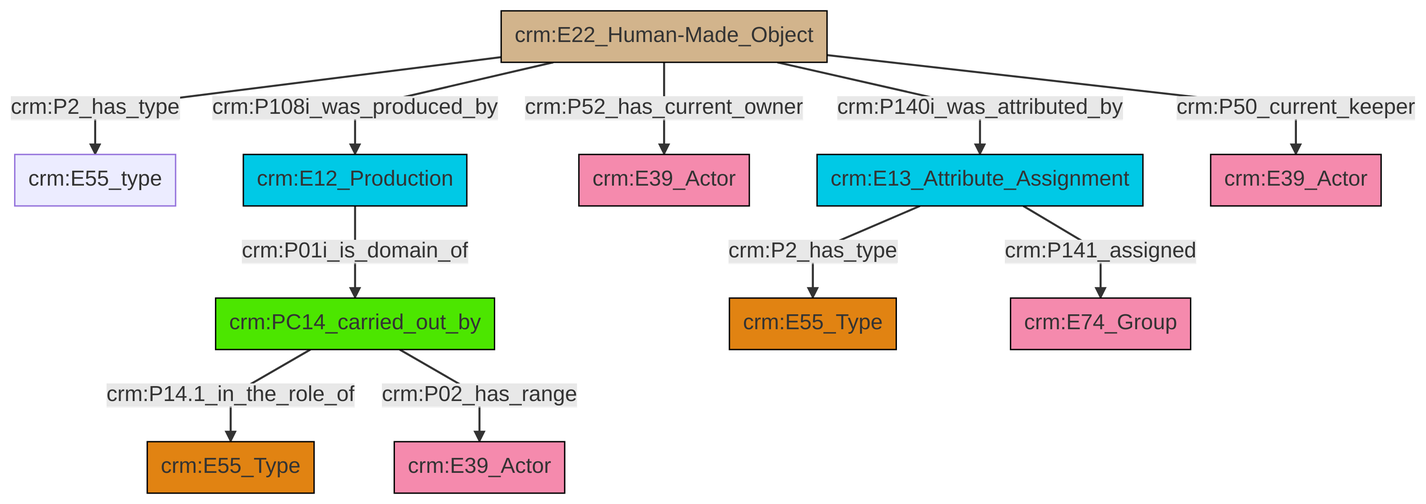
Above: et/artworkCSV/ttl/mmd/png/Artwork_Actor_Relations.png in swiss-art-research-net/reference-data-models (Mermaid), before the change. Its source is kept beside it as et/artworkCSV/ttl/mmd/Artwork_Actor_Relations.ttl.mmd.
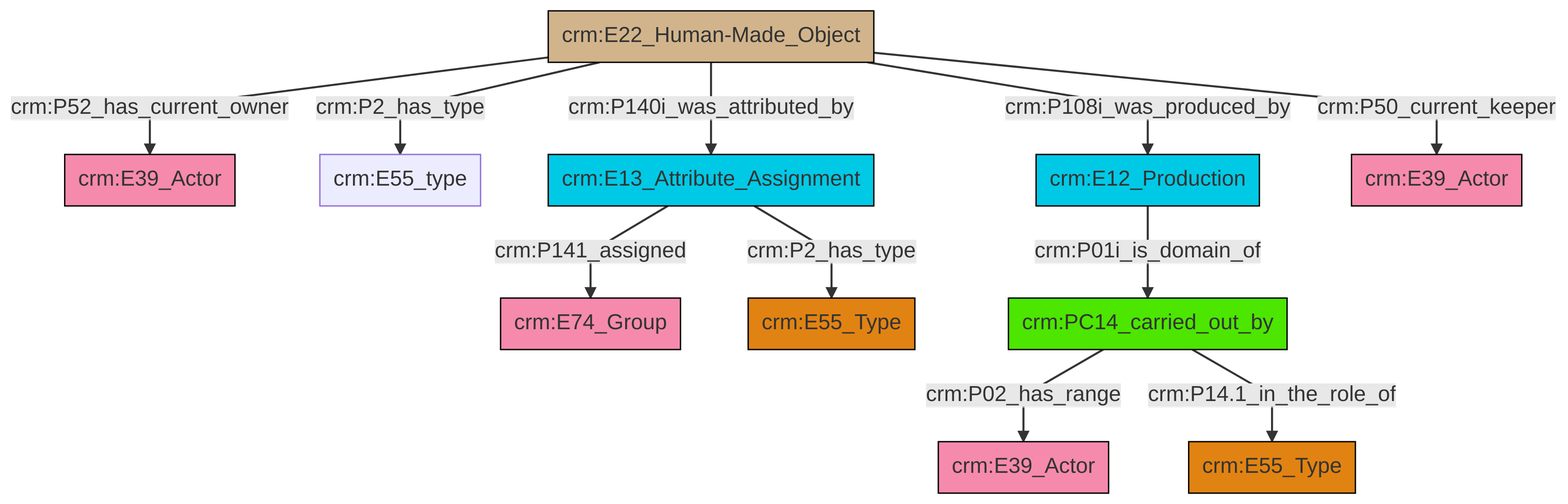
After the change.

Diff of the diagram source:
```diff
@@ -13,13 +13,13 @@
 classDef PC_Classes fill:#4ce600, stroke:#000000;
 classDef Multi fill:#cccccc,stroke:#000000;
 
-0["crm:PC14_carried_out_by"]:::PC_Classes -->|crm:P14.1_in_the_role_of| 1["crm:E55_Type"]:::Type
-7["crm:E22_Human-Made_Object"]:::Physical_Thing -->|crm:P108i_was_produced_by| 8["crm:E12_Production"]:::Temporal_Entity
-0["crm:PC14_carried_out_by"]:::PC_Classes -->|crm:P02_has_range| 13["crm:E39_Actor"]:::Actor
-7["crm:E22_Human-Made_Object"]:::Physical_Thing -->|crm:P52_has_current_owner| 10["crm:E39_Actor"]:::Actor
-7["crm:E22_Human-Made_Object"]:::Physical_Thing -->|crm:P2_has_type| 5["crm:E55_type"]:::Default
-7["crm:E22_Human-Made_Object"]:::Physical_Thing -->|crm:P140i_was_attributed_by| 14["crm:E13_Attribute_Assignment"]:::Temporal_Entity
-7["crm:E22_Human-Made_Object"]:::Physical_Thing -->|crm:P50_current_keeper| 16["crm:E39_Actor"]:::Actor
-14["crm:E13_Attribute_Assignment"]:::Temporal_Entity -->|crm:P141_assigned| 19["crm:E74_Group"]:::Actor
-14["crm:E13_Attribute_Assignment"]:::Temporal_Entity -->|crm:P2_has_type| 3["crm:E55_Type"]:::Type
-8["crm:E12_Production"]:::Temporal_Entity -->|crm:P01i_is_domain_of| 0["crm:PC14_carried_out_by"]:::PC_Classes
+4["crm:E22_Human-Made_Object"]:::Physical_Thing -->|crm:P52_has_current_owner| 5["crm:E39_Actor"]:::Actor
+4["crm:E22_Human-Made_Object"]:::Physical_Thing -->|crm:P2_has_type| 0["crm:E55_type"]:::Default
+4["crm:E22_Human-Made_Object"]:::Physical_Thing -->|crm:P140i_was_attributed_by| 7["crm:E13_Attribute_Assignment"]:::Temporal_Entity
+4["crm:E22_Human-Made_Object"]:::Physical_Thing -->|crm:P108i_was_produced_by| 10["crm:E12_Production"]:::Temporal_Entity
+7["crm:E13_Attribute_Assignment"]:::Temporal_Entity -->|crm:P141_assigned| 11["crm:E74_Group"]:::Actor
+10["crm:E12_Production"]:::Temporal_Entity -->|crm:P01i_is_domain_of| 12["crm:PC14_carried_out_by"]:::PC_Classes
+4["crm:E22_Human-Made_Object"]:::Physical_Thing -->|crm:P50_current_keeper| 8["crm:E39_Actor"]:::Actor
+12["crm:PC14_carried_out_by"]:::PC_Classes -->|crm:P02_has_range| 21["crm:E39_Actor"]:::Actor
+12["crm:PC14_carried_out_by"]:::PC_Classes -->|crm:P14.1_in_the_role_of| 2["crm:E55_Type"]:::Type
+7["crm:E13_Attribute_Assignment"]:::Temporal_Entity -->|crm:P2_has_type| 14["crm:E55_Type"]:::Type
```
